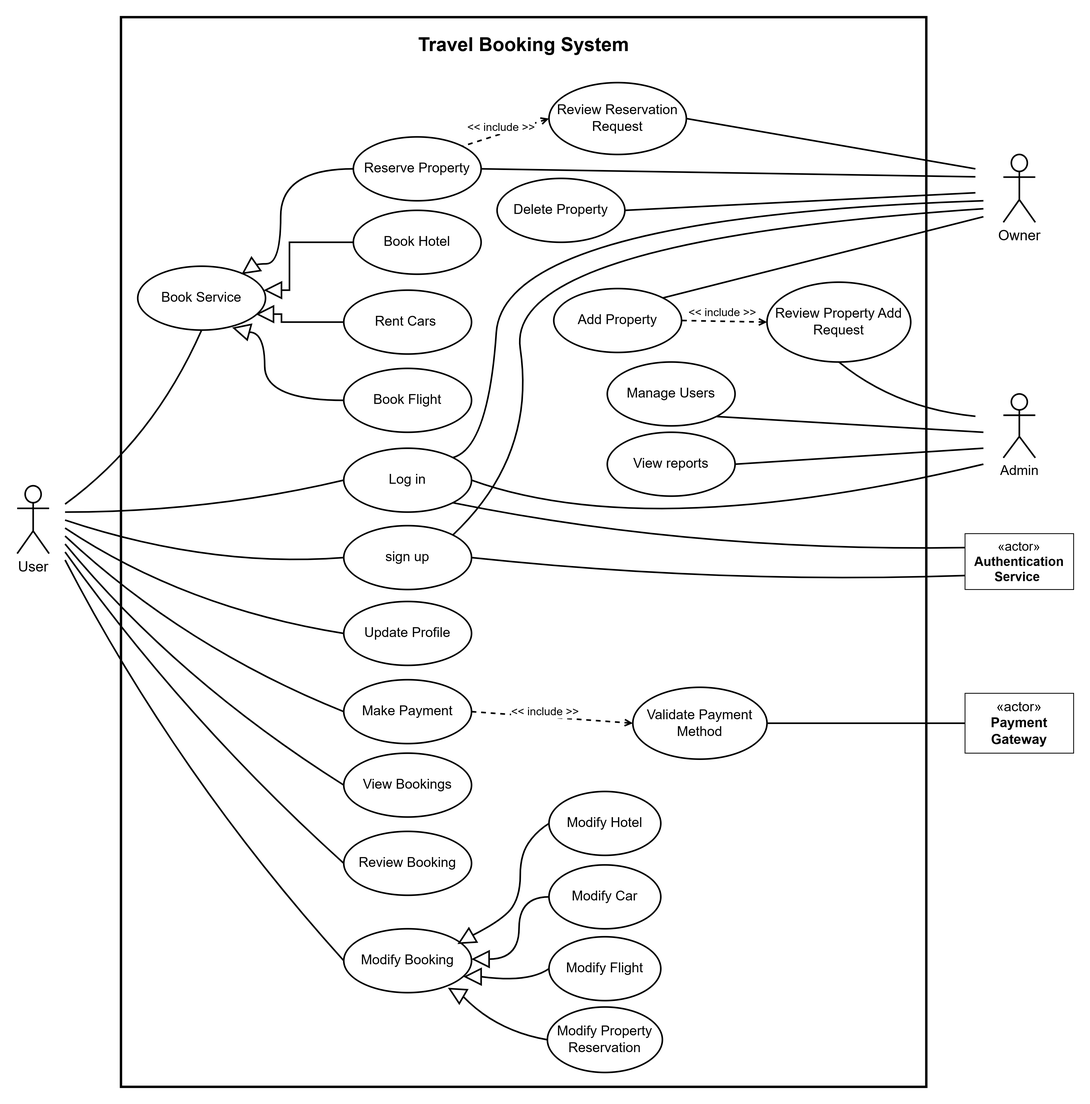
OMZaky/Tripzy keeps this draw.io diagram as Diagrams/Use Case Diagram/Use Case Diagram V6/Use Case Diagram V6 Full.png. Above is the earlier version. Source tidied: cells renumbered, new cells last; positions are measured from the earlier drawing's top-left corner, leaving out a move shared by most shapes.
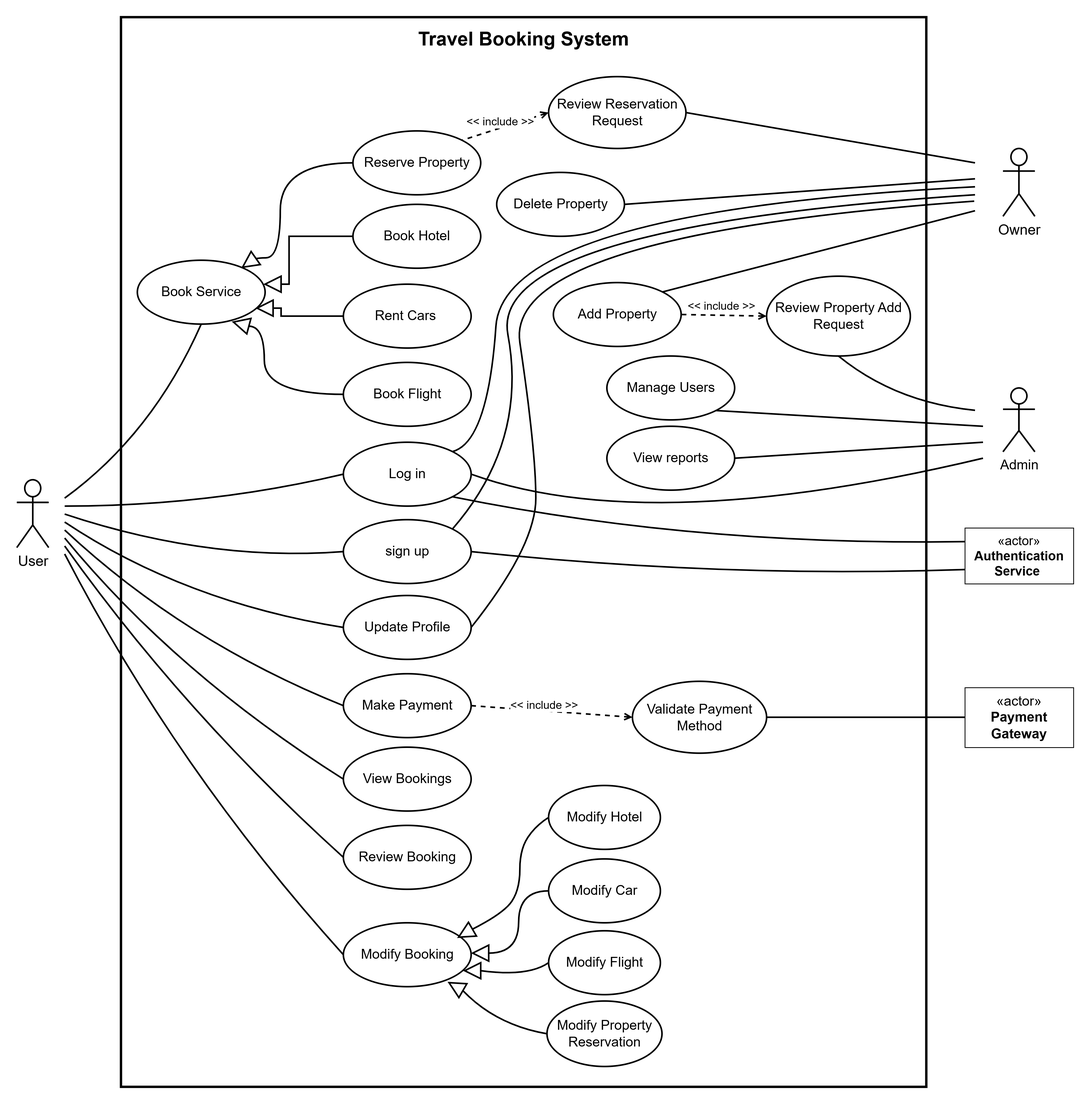
After the commit.

Diff of the diagram source:
```diff
@@ -3,7 +3,7 @@
     <mxCell id="0" />
     <mxCell id="1" parent="0" />
     <mxCell id="2" style="rounded=0;whiteSpace=wrap;html=1;fillColor=none;strokeWidth=3;" parent="1" vertex="1">
-      <mxGeometry x="130" width="1008.5" height="1340" as="geometry" />
+      <mxGeometry x="130" y="7" width="1008.5" height="1340" as="geometry" />
     </mxCell>
     <mxCell id="3" value="&lt;font style=&quot;font-size: 18px;&quot;&gt;User&lt;/font&gt;" style="shape=umlActor;verticalLabelPosition=bottom;verticalAlign=top;html=1;strokeWidth=2;" parent="1" vertex="1">
       <mxGeometry y="587" width="40" height="85" as="geometry" />
@@ -152,12 +152,12 @@
     </mxCell>
     <mxCell id="39" style="endArrow=none;html=1;rounded=0;exitX=1;exitY=0.5;exitDx=0;exitDy=0;strokeWidth=2;" parent="1" edge="1" source="34">
       <mxGeometry relative="1" as="geometry">
-        <mxPoint x="1200" y="220" as="targetPoint" />
+        <mxPoint x="1200" y="210" as="targetPoint" />
       </mxGeometry>
     </mxCell>
     <mxCell id="40" style="endArrow=none;html=1;rounded=0;exitX=1;exitY=0;exitDx=0;exitDy=0;strokeWidth=2;" parent="1" edge="1" source="33">
       <mxGeometry relative="1" as="geometry">
-        <mxPoint x="1210" y="250" as="targetPoint" />
+        <mxPoint x="1200" y="250" as="targetPoint" />
       </mxGeometry>
     </mxCell>
     <mxCell id="41" style="endArrow=none;html=1;rounded=0;exitX=1;exitY=1;exitDx=0;exitDy=0;strokeWidth=2;" parent="1" edge="1" source="22">
@@ -174,11 +174,6 @@
     <mxCell id="44" style="triangle;whiteSpace=wrap;html=1;direction=north;strokeWidth=2;rotation=-120;" parent="43" vertex="1">
       <mxGeometry x="-9" y="15" width="20" height="20" as="geometry" />
     </mxCell>
-    <mxCell id="45" style="endArrow=none;html=1;rounded=0;exitX=1;exitY=0.5;exitDx=0;exitDy=0;strokeWidth=2;" parent="1" edge="1" source="37">
-      <mxGeometry relative="1" as="geometry">
-        <mxPoint x="1200" y="200" as="targetPoint" />
-      </mxGeometry>
-    </mxCell>
     <mxCell id="46" style="endArrow=none;html=1;rounded=0;entryX=0;entryY=0.5;entryDx=0;entryDy=0;strokeWidth=2;curved=1;" parent="1" edge="1" target="14">
       <mxGeometry relative="1" as="geometry">
         <mxPoint x="60" y="660" as="sourcePoint" />
@@ -263,7 +258,7 @@
     </mxCell>
     <mxCell id="62" style="endArrow=none;html=1;rounded=0;exitX=1;exitY=0;exitDx=0;exitDy=0;strokeWidth=2;curved=1;" parent="1" edge="1" source="9">
       <mxGeometry relative="1" as="geometry">
-        <mxPoint x="1210" y="230" as="targetPoint" />
+        <mxPoint x="1200" y="220" as="targetPoint" />
         <Array as="points">
           <mxPoint x="590" y="540" />
           <mxPoint x="610" y="250" />
@@ -272,10 +267,10 @@
     </mxCell>
     <mxCell id="63" style="endArrow=none;html=1;rounded=0;exitX=1;exitY=0;exitDx=0;exitDy=0;strokeWidth=2;curved=1;" parent="1" edge="1" source="8">
       <mxGeometry relative="1" as="geometry">
-        <mxPoint x="1210" y="240" as="targetPoint" />
+        <mxPoint x="1200" y="230" as="targetPoint" />
         <Array as="points">
-          <mxPoint x="650" y="550" />
-          <mxPoint x="610" y="280" />
+          <mxPoint x="640" y="540" />
+          <mxPoint x="590" y="270" />
         </Array>
       </mxGeometry>
     </mxCell>
@@ -366,5 +361,15 @@
     <mxCell id="80" style="triangle;whiteSpace=wrap;html=1;direction=north;strokeWidth=2;rotation=-90;" parent="1" vertex="1">
       <mxGeometry x="561" y="1192" width="20" height="20" as="geometry" />
     </mxCell>
+    <mxCell id="81" style="endArrow=none;html=1;rounded=0;exitX=1;exitY=0.5;exitDx=0;exitDy=0;strokeWidth=2;curved=1;" parent="1" edge="1" source="7">
+      <mxGeometry relative="1" as="geometry">
+        <mxPoint x="1199" y="238" as="targetPoint" />
+        <Array as="points">
+          <mxPoint x="650" y="670" />
+          <mxPoint x="650" y="550" />
+          <mxPoint x="610" y="280" />
+        </Array>
+      </mxGeometry>
+    </mxCell>
   </root>
 </mxGraphModel>
```
